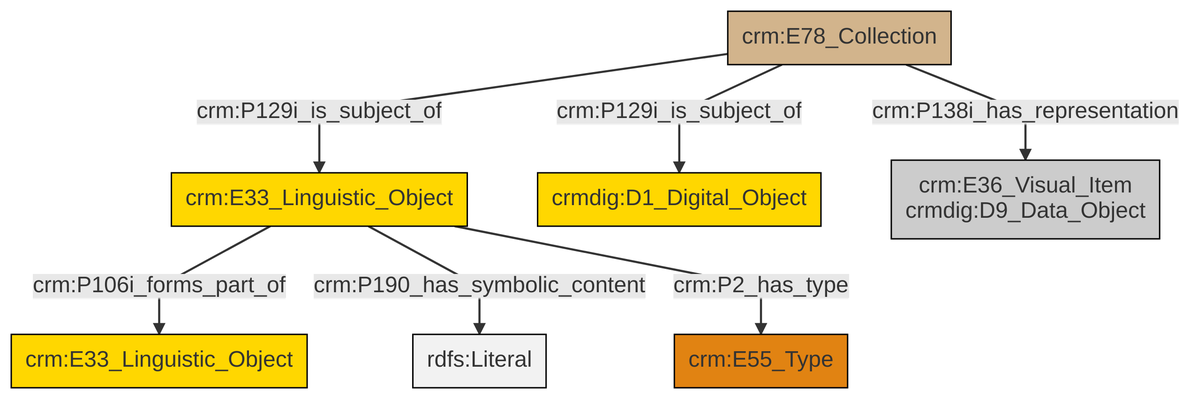
This is et/archivalCSV/ttl/mmd/png/archival_docs.png from swiss-art-research-net/docs.swissartresearch, a Mermaid export, as it was before one commit. Its source is kept beside it as et/archivalCSV/ttl/mmd/archival_docs.ttl.mmd.
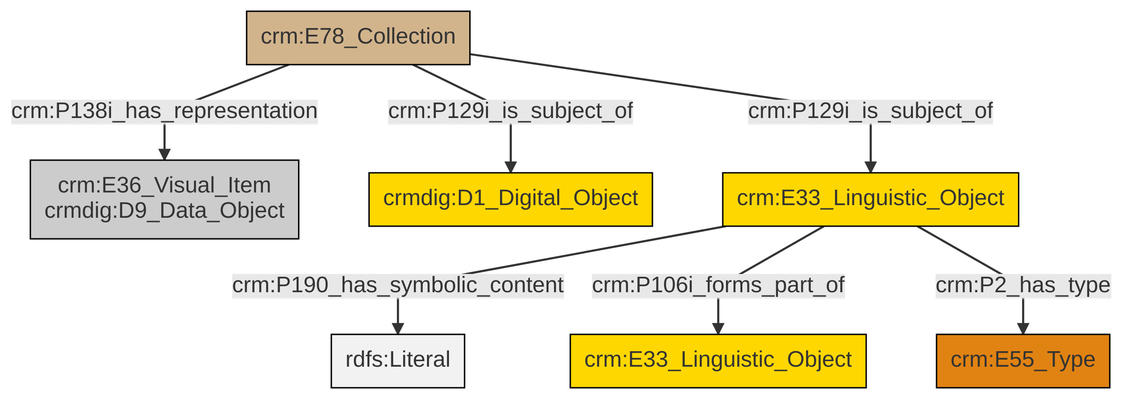
The same diagram one commit later.

Change to the diagram source:
```diff
@@ -13,9 +13,9 @@
 classDef PC_Classes fill:#4ce600, stroke:#000000;
 classDef Multi fill:#cccccc,stroke:#000000;
 
-0["crm:E33_Linguistic_Object"]:::Conceptual_Object -->|crm:P106i_forms_part_of| 1["crm:E33_Linguistic_Object"]:::Conceptual_Object
-0["crm:E33_Linguistic_Object"]:::Conceptual_Object -->|crm:P190_has_symbolic_content| 2[rdfs:Literal]:::Literal
-0["crm:E33_Linguistic_Object"]:::Conceptual_Object -->|crm:P2_has_type| 4["crm:E55_Type"]:::Type
-6["crm:E78_Collection"]:::Physical_Thing -->|crm:P129i_is_subject_of| 0["crm:E33_Linguistic_Object"]:::Conceptual_Object
-6["crm:E78_Collection"]:::Physical_Thing -->|crm:P138i_has_representation| 11["crm:E36_Visual_Item<br>crmdig:D9_Data_Object"]:::Multi
-6["crm:E78_Collection"]:::Physical_Thing -->|crm:P129i_is_subject_of| 8["crmdig:D1_Digital_Object"]:::Conceptual_Object
+2["crm:E78_Collection"]:::Physical_Thing -->|crm:P129i_is_subject_of| 3["crmdig:D1_Digital_Object"]:::Conceptual_Object
+5["crm:E33_Linguistic_Object"]:::Conceptual_Object -->|crm:P190_has_symbolic_content| 6[rdfs:Literal]:::Literal
+5["crm:E33_Linguistic_Object"]:::Conceptual_Object -->|crm:P106i_forms_part_of| 7["crm:E33_Linguistic_Object"]:::Conceptual_Object
+2["crm:E78_Collection"]:::Physical_Thing -->|crm:P138i_has_representation| 0["crm:E36_Visual_Item<br>crmdig:D9_Data_Object"]:::Multi
+2["crm:E78_Collection"]:::Physical_Thing -->|crm:P129i_is_subject_of| 5["crm:E33_Linguistic_Object"]:::Conceptual_Object
+5["crm:E33_Linguistic_Object"]:::Conceptual_Object -->|crm:P2_has_type| 8["crm:E55_Type"]:::Type
```
